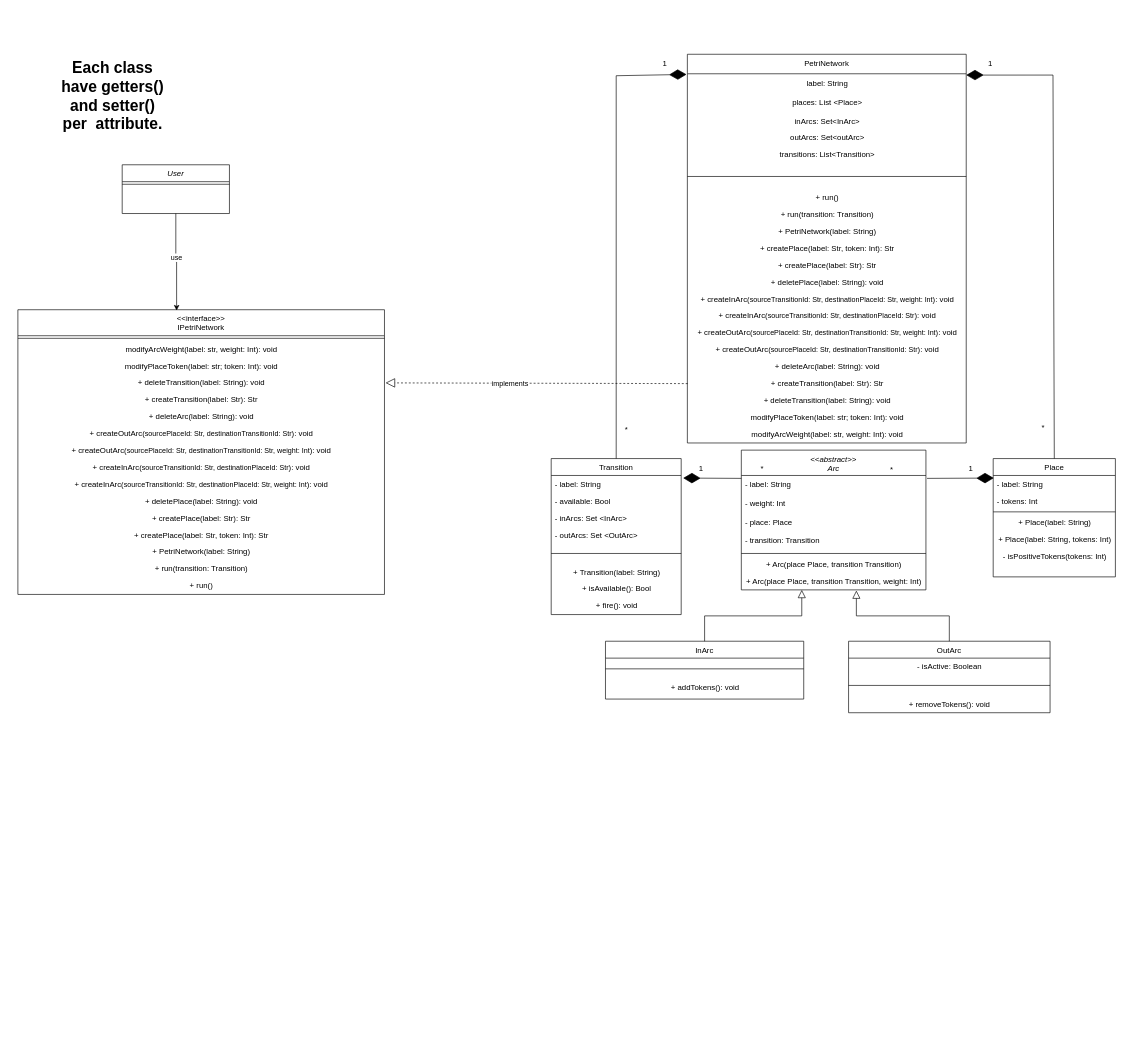
Above: page "Alternative diagram class" (2 of 3) of Docs/Modelling/PetriNetwork.drawio in MRJPEREZR/PetriNetwork (draw.io), before the change. Source tidied: cells renumbered, new cells numbered last; positions are measured from the earlier drawing's top-left corner, leaving out a move shared by most shapes. Both pictures are drawn from the tidied source at 65%, with x=0, y=0 at pixel (11, 54).
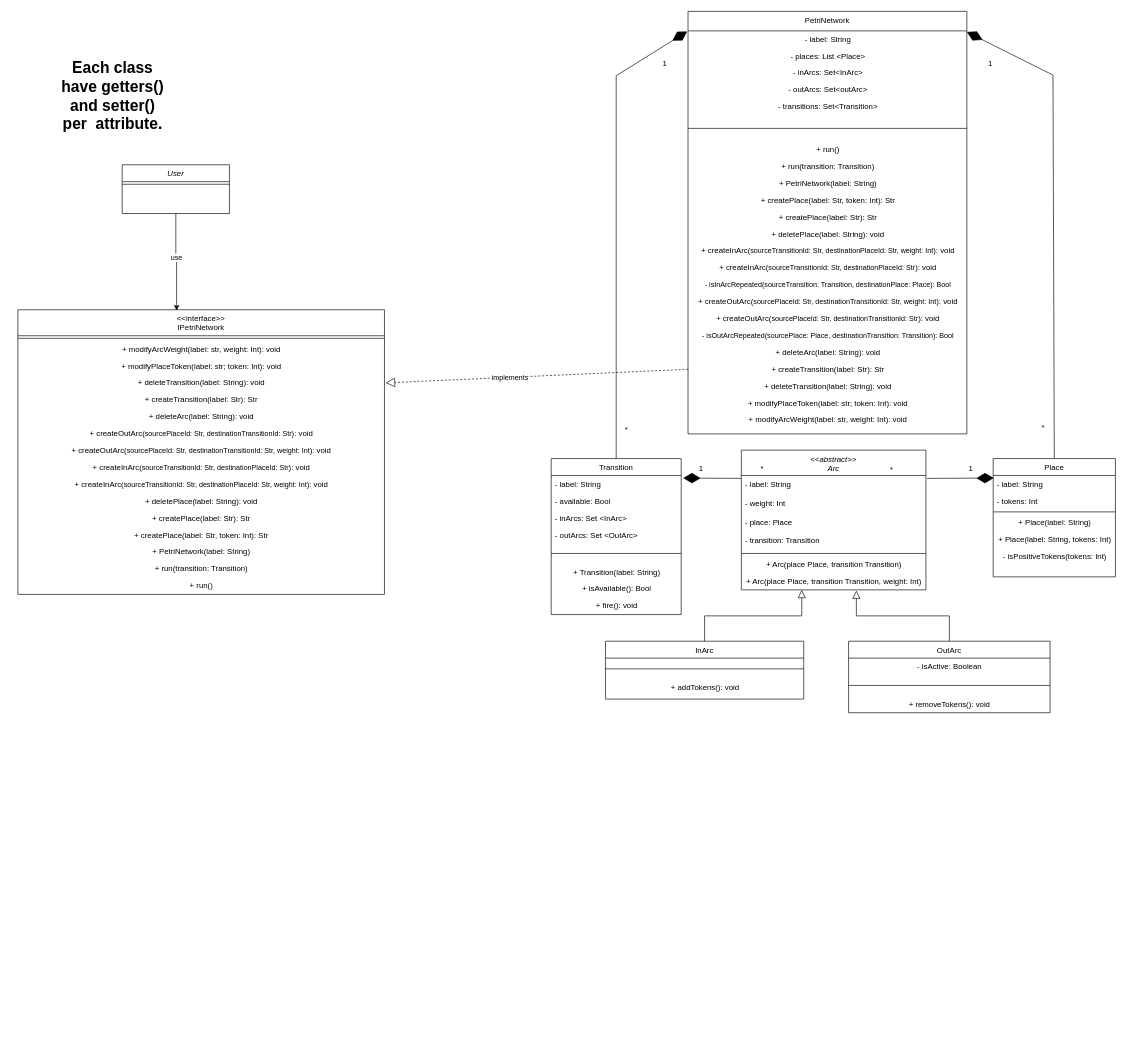
The same page after the edit.

Unchanged cells that the change refers to:
```xml
<mxCell id="2" style="group;" parent="1" vertex="1">
  <mxGeometry width="1698.5" height="1518" as="geometry" />
</mxCell>
<mxCell id="11" value="InArc" style="swimlane;fontStyle=0;align=center;verticalAlign=top;horizontal=1;startSize=26;rounded=0;shadow=0;strokeWidth=1;" parent="2" vertex="1">
  <mxGeometry x="914" y="903" width="305" height="89" as="geometry" />
</mxCell>
<mxCell id="19" value="Place" style="swimlane;fontStyle=0;align=center;verticalAlign=top;horizontal=1;startSize=26;rounded=0;shadow=0;strokeWidth=1;" parent="2" vertex="1">
  <mxGeometry x="1510.5" y="622" width="188" height="182" as="geometry" />
</mxCell>
<mxCell id="27" value="&lt;&lt;interface&gt;&gt;&#10;IPetriNetwork" style="swimlane;fontStyle=0;align=center;verticalAlign=top;horizontal=1;startSize=40;rounded=0;shadow=0;strokeWidth=1;" parent="2" vertex="1">
  <mxGeometry x="10" y="393" width="564" height="438" as="geometry" />
</mxCell>
<mxCell id="31" value="+ deleteTransition(label: String): void" style="text;html=1;align=center;verticalAlign=middle;points=[];strokeColor=none;fillColor=none;" parent="27" vertex="1">
  <mxGeometry y="100" width="564" height="26" as="geometry" />
</mxCell>
<mxCell id="44" value="Transition" style="swimlane;fontStyle=0;align=center;verticalAlign=top;horizontal=1;startSize=26;rounded=0;shadow=0;strokeWidth=1;" parent="2" vertex="1">
  <mxGeometry x="830.5" y="622" width="200" height="240" as="geometry" />
</mxCell>
```

Diff of the diagram source:
```diff
@@
-    <mxCell id="29" value="&lt;span style=&quot;background-color: rgb(255, 255, 255);&quot;&gt;&lt;font style=&quot;font-size: 12px;&quot;&gt;modifyArcWeight(label: str&lt;/font&gt;&lt;/span&gt;&lt;span style=&quot;background-color: rgb(255, 255, 255);&quot;&gt;,&amp;nbsp;&lt;/span&gt;&lt;span style=&quot;background-color: rgb(255, 255, 255);&quot;&gt;&lt;font style=&quot;font-size: 12px;&quot;&gt;weight: Int): void&lt;/font&gt;&lt;/span&gt;" style="text;html=1;align=center;verticalAlign=middle;strokeColor=none;fillColor=none;" parent="27" vertex="1">
+    <mxCell id="29" value="&lt;span style=&quot;background-color: rgb(255, 255, 255);&quot;&gt;&lt;font style=&quot;font-size: 12px;&quot;&gt;+ modifyArcWeight(label: str&lt;/font&gt;&lt;/span&gt;&lt;span style=&quot;background-color: rgb(255, 255, 255);&quot;&gt;,&amp;nbsp;&lt;/span&gt;&lt;span style=&quot;background-color: rgb(255, 255, 255);&quot;&gt;&lt;font style=&quot;font-size: 12px;&quot;&gt;weight: Int): void&lt;/font&gt;&lt;/span&gt;" style="text;html=1;align=center;verticalAlign=middle;strokeColor=none;fillColor=none;" parent="27" vertex="1">
       <mxGeometry y="48" width="564" height="26" as="geometry" />
     </mxCell>
-    <mxCell id="30" value="&lt;span style=&quot;background-color: rgb(255, 255, 255);&quot;&gt;&lt;font style=&quot;font-size: 12px;&quot;&gt;modifyPlaceToken(&lt;/font&gt;&lt;/span&gt;&lt;span style=&quot;background-color: rgb(255, 255, 255);&quot;&gt;&lt;font style=&quot;font-size: 12px;&quot;&gt;label: str; token: Int): void&lt;/font&gt;&lt;/span&gt;" style="text;html=1;align=center;verticalAlign=middle;strokeColor=none;fillColor=none;" parent="27" vertex="1">
+    <mxCell id="30" value="&lt;span style=&quot;background-color: rgb(255, 255, 255);&quot;&gt;&lt;font style=&quot;font-size: 12px;&quot;&gt;+ modifyPlaceToken(&lt;/font&gt;&lt;/span&gt;&lt;span style=&quot;background-color: rgb(255, 255, 255);&quot;&gt;&lt;font style=&quot;font-size: 12px;&quot;&gt;label: str; token: Int): void&lt;/font&gt;&lt;/span&gt;" style="text;html=1;align=center;verticalAlign=middle;strokeColor=none;fillColor=none;" parent="27" vertex="1">
       <mxGeometry y="74" width="564" height="26" as="geometry" />
     </mxCell>
@@
+    <mxCell id="81" value="1" style="text;html=1;align=center;verticalAlign=middle;strokeColor=none;fillColor=none;" parent="2" vertex="1">
+      <mxGeometry x="990" width="30" height="30" as="geometry" />
+    </mxCell>
+    <mxCell id="82" value="1" style="text;html=1;align=center;verticalAlign=middle;strokeColor=none;fillColor=none;" parent="2" vertex="1">
+      <mxGeometry x="1490.5" width="30" height="30" as="geometry" />
+    </mxCell>
+    <mxCell id="83" value="*" style="text;html=1;align=center;verticalAlign=middle;strokeColor=none;fillColor=none;" parent="2" vertex="1">
+      <mxGeometry x="930.5" y="562" width="30" height="30" as="geometry" />
+    </mxCell>
+    <mxCell id="84" value="*" style="text;html=1;align=center;verticalAlign=middle;strokeColor=none;fillColor=none;" parent="2" vertex="1">
+      <mxGeometry x="1338.5" y="624" width="30" height="30" as="geometry" />
+    </mxCell>
+    <mxCell id="85" value="*" style="text;html=1;align=center;verticalAlign=middle;strokeColor=none;fillColor=none;" parent="2" vertex="1">
+      <mxGeometry x="1571.5" y="560" width="30" height="30" as="geometry" />
+    </mxCell>
+    <mxCell id="86" value="&lt;h1 style=&quot;margin-top: 0px;&quot;&gt;Each class have getters() and setter() per&amp;nbsp; attribute.&lt;/h1&gt;&lt;div&gt;&lt;font size=&quot;3&quot;&gt;&amp;nbsp;&lt;/font&gt;&lt;/div&gt;" style="text;html=1;whiteSpace=wrap;overflow=hidden;rounded=0;align=center;" parent="2" vertex="1">
+      <mxGeometry x="70.5" width="170" height="130" as="geometry" />
+    </mxCell>
+    <mxCell id="87" style="endArrow=block;endSize=10;endFill=0;shadow=0;strokeWidth=1;rounded=0;curved=0;edgeStyle=elbowEdgeStyle;elbow=vertical;exitX=0.5;exitY=0;exitDx=0;exitDy=0;" parent="2" edge="1" source="11">
+      <mxGeometry relative="1" as="geometry">
+        <mxPoint x="1216" y="824" as="targetPoint" />
+      </mxGeometry>
+    </mxCell>
+    <mxCell id="88" value="User" style="swimlane;fontStyle=2;align=center;verticalAlign=top;horizontal=1;startSize=26;rounded=0;shadow=0;strokeWidth=1;" parent="2" vertex="1">
+      <mxGeometry x="170.5" y="170" width="165" height="75" as="geometry" />
+    </mxCell>
+    <mxCell id="89" style="line;html=1;strokeWidth=1;align=left;verticalAlign=middle;spacingTop=-1;spacingLeft=3;spacingRight=3;labelPosition=right;" parent="88" vertex="1">
+      <mxGeometry y="26" width="165" height="8" as="geometry" />
+    </mxCell>
+    <mxCell id="90" style="edgeStyle=orthogonalEdgeStyle;rounded=0;jettySize=auto;html=1;exitX=0.5;exitY=1;exitDx=0;exitDy=0;entryX=0.433;entryY=0.003;entryDx=0;entryDy=0;entryPerimeter=0;" parent="2" edge="1" source="88" target="27">
+      <mxGeometry relative="1" as="geometry" />
+    </mxCell>
+    <mxCell id="91" value="use" style="edgeLabel;html=1;align=center;verticalAlign=middle;" parent="90" vertex="1">
+      <mxGeometry x="-0.11" relative="1" as="geometry" />
+    </mxCell>
-    <mxCell id="57" value="PetriNetwork" style="swimlane;fontStyle=0;align=center;verticalAlign=top;horizontal=1;startSize=30;rounded=0;shadow=0;strokeWidth=1;" parent="2" vertex="1">
-      <mxGeometry x="1040" width="429" height="598" as="geometry" />
+    <mxCell id="57" value="PetriNetwork" style="swimlane;fontStyle=0;align=center;verticalAlign=top;horizontal=1;startSize=30;rounded=0;shadow=0;strokeWidth=1;" parent="1" vertex="1">
+      <mxGeometry x="1041" y="-66" width="429" height="650" as="geometry" />
     </mxCell>
-    <mxCell id="58" value="label: String" style="text;html=1;align=center;verticalAlign=middle;points=[];strokeColor=none;fillColor=none;" parent="57" vertex="1">
-      <mxGeometry y="30" width="429" height="30" as="geometry" />
+    <mxCell id="58" value="- label: String" style="text;html=1;align=center;verticalAlign=middle;points=[];strokeColor=none;fillColor=none;" parent="57" vertex="1">
+      <mxGeometry y="30" width="429" height="26" as="geometry" />
     </mxCell>
-    <mxCell id="59" value="places: List &amp;lt;Place&amp;gt;" style="text;html=1;align=center;verticalAlign=middle;strokeColor=none;fillColor=none;" parent="57" vertex="1">
-      <mxGeometry y="60" width="429" height="30" as="geometry" />
+    <mxCell id="59" value="- places: List &amp;lt;Place&amp;gt;" style="text;html=1;align=center;verticalAlign=middle;strokeColor=none;fillColor=none;" parent="57" vertex="1">
+      <mxGeometry y="56" width="429" height="26" as="geometry" />
     </mxCell>
-    <mxCell id="60" value="inArcs: Set&amp;lt;InArc&amp;gt;" style="text;html=1;align=center;verticalAlign=middle;strokeColor=none;fillColor=none;" parent="57" vertex="1">
-      <mxGeometry y="90" width="429" height="26" as="geometry" />
+    <mxCell id="60" value="- inArcs: Set&amp;lt;InArc&amp;gt;" style="text;html=1;align=center;verticalAlign=middle;strokeColor=none;fillColor=none;" parent="57" vertex="1">
+      <mxGeometry y="82" width="429" height="26" as="geometry" />
     </mxCell>
-    <mxCell id="61" value="outArcs: Set&amp;lt;outArc&amp;gt;" style="text;html=1;align=center;verticalAlign=middle;strokeColor=none;fillColor=none;" parent="57" vertex="1">
-      <mxGeometry y="116" width="429" height="26" as="geometry" />
+    <mxCell id="61" value="- outArcs: Set&amp;lt;outArc&amp;gt;" style="text;html=1;align=center;verticalAlign=middle;strokeColor=none;fillColor=none;" parent="57" vertex="1">
+      <mxGeometry y="108" width="429" height="26" as="geometry" />
     </mxCell>
-    <mxCell id="62" value="transitions: List&amp;lt;Transition&amp;gt;" style="text;html=1;align=center;verticalAlign=middle;strokeColor=none;fillColor=none;" parent="57" vertex="1">
-      <mxGeometry y="142" width="429" height="26" as="geometry" />
+    <mxCell id="62" value="- transitions: Set&amp;lt;Transition&amp;gt;" style="text;html=1;align=center;verticalAlign=middle;strokeColor=none;fillColor=none;" parent="57" vertex="1">
+      <mxGeometry y="134" width="429" height="26" as="geometry" />
     </mxCell>
     <mxCell id="63" style="line;html=1;strokeWidth=1;align=left;verticalAlign=middle;spacingTop=-1;spacingLeft=3;spacingRight=3;labelPosition=right;" parent="57" vertex="1">
-      <mxGeometry y="168" width="429" height="40" as="geometry" />
+      <mxGeometry y="160" width="429" height="40" as="geometry" />
     </mxCell>
     <mxCell id="64" value="+ run()" style="text;html=1;align=center;verticalAlign=middle;strokeColor=none;fillColor=none;" parent="57" vertex="1">
-      <mxGeometry y="208" width="429" height="26" as="geometry" />
+      <mxGeometry y="200" width="429" height="26" as="geometry" />
     </mxCell>
     <mxCell id="65" value="+ run(transition: Transition)" style="text;html=1;align=center;verticalAlign=middle;strokeColor=none;fillColor=none;" parent="57" vertex="1">
-      <mxGeometry y="234" width="429" height="26" as="geometry" />
+      <mxGeometry y="226" width="429" height="26" as="geometry" />
     </mxCell>
     <mxCell id="66" value="+ PetriNetwork(label: String)" style="text;html=1;align=center;verticalAlign=middle;strokeColor=none;fillColor=none;" parent="57" vertex="1">
-      <mxGeometry y="260" width="429" height="26" as="geometry" />
+      <mxGeometry y="252" width="429" height="26" as="geometry" />
     </mxCell>
     <mxCell id="67" value="+ createPlace(label: Str, token: Int): Str" style="text;html=1;align=center;verticalAlign=middle;strokeColor=none;fillColor=none;" parent="57" vertex="1">
-      <mxGeometry y="286" width="429" height="26" as="geometry" />
+      <mxGeometry y="278" width="429" height="26" as="geometry" />
     </mxCell>
     <mxCell id="68" value="+ createPlace(label: Str): Str" style="text;html=1;align=center;verticalAlign=middle;strokeColor=none;fillColor=none;" parent="57" vertex="1">
-      <mxGeometry y="312" width="429" height="26" as="geometry" />
+      <mxGeometry y="304" width="429" height="26" as="geometry" />
     </mxCell>
     <mxCell id="69" value="+ deletePlace(label: String): void" style="text;html=1;align=center;verticalAlign=middle;strokeColor=none;fillColor=none;" parent="57" vertex="1">
-      <mxGeometry y="338" width="429" height="26" as="geometry" />
+      <mxGeometry y="330" width="429" height="26" as="geometry" />
     </mxCell>
     <mxCell id="70" value="+ createInArc(&lt;span style=&quot;font-size: 11px; background-color: rgb(255, 255, 255);&quot;&gt;sourceTransitionId: Str, destinationPlaceId: Str, weight: Int&lt;/span&gt;): void" style="text;html=1;align=center;verticalAlign=middle;strokeColor=none;fillColor=none;" parent="57" vertex="1">
-      <mxGeometry y="364" width="429" height="26" as="geometry" />
+      <mxGeometry y="356" width="429" height="26" as="geometry" />
     </mxCell>
     <mxCell id="71" value="+ createInArc(&lt;span style=&quot;font-size: 11px; background-color: rgb(255, 255, 255);&quot;&gt;sourceTransitionId: Str, destinationPlaceId: Str&lt;/span&gt;): void" style="text;html=1;align=center;verticalAlign=middle;strokeColor=none;fillColor=none;" parent="57" vertex="1">
-      <mxGeometry y="390" width="429" height="26" as="geometry" />
+      <mxGeometry y="382" width="429" height="26" as="geometry" />
     </mxCell>
+    <mxCell id="94" value="&lt;span style=&quot;font-size: 11px;&quot;&gt;- isInArcRepeated(sourceTransition: Transition, destinationPlace: Place): Bool&lt;/span&gt;" style="text;html=1;align=center;verticalAlign=middle;strokeColor=none;fillColor=none;" parent="57" vertex="1">
+      <mxGeometry y="408" width="429" height="26" as="geometry" />
+    </mxCell>
     <mxCell id="72" value="+ createOutArc(&lt;span style=&quot;font-size: 11px; background-color: rgb(255, 255, 255);&quot;&gt;sourcePlaceId: Str, destinationTransitionId: Str, weight: Int&lt;/span&gt;): void" style="text;html=1;align=center;verticalAlign=middle;strokeColor=none;fillColor=none;" parent="57" vertex="1">
-      <mxGeometry y="416" width="429" height="26" as="geometry" />
+      <mxGeometry y="434" width="429" height="26" as="geometry" />
     </mxCell>
     <mxCell id="73" value="+ createOutArc(&lt;span style=&quot;font-size: 11px; background-color: rgb(255, 255, 255);&quot;&gt;sourcePlaceId: Str, destinationTransitionId: Str&lt;/span&gt;): void" style="text;html=1;align=center;verticalAlign=middle;strokeColor=none;fillColor=none;" parent="57" vertex="1">
-      <mxGeometry y="442" width="429" height="26" as="geometry" />
+      <mxGeometry y="460" width="429" height="26" as="geometry" />
     </mxCell>
+    <mxCell id="95" value="&lt;span style=&quot;font-size: 11px;&quot;&gt;- isOutArcRepeated(sourcePlace: Place, destinationTransition: Transition): Bool&lt;/span&gt;" style="text;html=1;align=center;verticalAlign=middle;strokeColor=none;fillColor=none;" parent="57" vertex="1">
+      <mxGeometry y="486" width="429" height="26" as="geometry" />
+    </mxCell>
     <mxCell id="74" value="+ deleteArc(label: String): void" style="text;html=1;align=center;verticalAlign=middle;strokeColor=none;fillColor=none;" parent="57" vertex="1">
-      <mxGeometry y="468" width="429" height="26" as="geometry" />
+      <mxGeometry y="512" width="429" height="26" as="geometry" />
     </mxCell>
     <mxCell id="75" value="+ createTransition(label: Str): Str" style="text;html=1;align=center;verticalAlign=middle;points=[];strokeColor=none;fillColor=none;" parent="57" vertex="1">
-      <mxGeometry y="494" width="429" height="26" as="geometry" />
+      <mxGeometry y="538" width="429" height="26" as="geometry" />
     </mxCell>
     <mxCell id="76" value="+ deleteTransition(label: String): void" style="text;html=1;align=center;verticalAlign=middle;strokeColor=none;fillColor=none;" parent="57" vertex="1">
-      <mxGeometry y="520" width="429" height="26" as="geometry" />
+      <mxGeometry y="564" width="429" height="26" as="geometry" />
     </mxCell>
-    <mxCell id="77" value="&lt;span style=&quot;background-color: rgb(255, 255, 255);&quot;&gt;&lt;font style=&quot;font-size: 12px;&quot;&gt;modifyPlaceToken(&lt;/font&gt;&lt;/span&gt;&lt;span style=&quot;background-color: rgb(255, 255, 255);&quot;&gt;&lt;font style=&quot;font-size: 12px;&quot;&gt;label: str; token: Int): void&lt;/font&gt;&lt;/span&gt;" style="text;html=1;align=center;verticalAlign=middle;strokeColor=none;fillColor=none;" parent="57" vertex="1">
-      <mxGeometry y="546" width="429" height="26" as="geometry" />
+    <mxCell id="77" value="&lt;span style=&quot;background-color: rgb(255, 255, 255);&quot;&gt;&lt;font style=&quot;font-size: 12px;&quot;&gt;+ modifyPlaceToken(&lt;/font&gt;&lt;/span&gt;&lt;span style=&quot;background-color: rgb(255, 255, 255);&quot;&gt;&lt;font style=&quot;font-size: 12px;&quot;&gt;label: str; token: Int): void&lt;/font&gt;&lt;/span&gt;" style="text;html=1;align=center;verticalAlign=middle;strokeColor=none;fillColor=none;" parent="57" vertex="1">
+      <mxGeometry y="590" width="429" height="26" as="geometry" />
     </mxCell>
-    <mxCell id="78" value="&lt;span style=&quot;background-color: rgb(255, 255, 255);&quot;&gt;&lt;font style=&quot;font-size: 12px;&quot;&gt;modifyArcWeight(label: str&lt;/font&gt;&lt;/span&gt;&lt;span style=&quot;background-color: rgb(255, 255, 255);&quot;&gt;,&amp;nbsp;&lt;/span&gt;&lt;span style=&quot;background-color: rgb(255, 255, 255);&quot;&gt;&lt;font style=&quot;font-size: 12px;&quot;&gt;weight: Int): void&lt;/font&gt;&lt;/span&gt;" style="text;html=1;align=center;verticalAlign=middle;strokeColor=none;fillColor=none;" parent="57" vertex="1">
-      <mxGeometry y="572" width="429" height="26" as="geometry" />
+    <mxCell id="78" value="&lt;span style=&quot;background-color: rgb(255, 255, 255);&quot;&gt;&lt;font style=&quot;font-size: 12px;&quot;&gt;+ modifyArcWeight(label: str&lt;/font&gt;&lt;/span&gt;&lt;span style=&quot;background-color: rgb(255, 255, 255);&quot;&gt;,&amp;nbsp;&lt;/span&gt;&lt;span style=&quot;background-color: rgb(255, 255, 255);&quot;&gt;&lt;font style=&quot;font-size: 12px;&quot;&gt;weight: Int): void&lt;/font&gt;&lt;/span&gt;" style="text;html=1;align=center;verticalAlign=middle;strokeColor=none;fillColor=none;" parent="57" vertex="1">
+      <mxGeometry y="616" width="429" height="26" as="geometry" />
     </mxCell>
+    <mxCell id="80" style="endArrow=diamondThin;endFill=1;endSize=24;html=1;rounded=0;entryX=1;entryY=0.067;entryDx=0;entryDy=0;entryPerimeter=0;exitX=0.5;exitY=0;exitDx=0;exitDy=0;" parent="1" edge="1" source="19" target="58">
+      <mxGeometry relative="1" as="geometry">
+        <Array as="points">
+          <mxPoint x="1602.5" y="32" />
+        </Array>
+      </mxGeometry>
+    </mxCell>
-    <mxCell id="79" style="endArrow=diamondThin;endFill=1;endSize=24;html=1;rounded=0;entryX=-0.003;entryY=0.033;entryDx=0;entryDy=0;entryPerimeter=0;exitX=0.5;exitY=0;exitDx=0;exitDy=0;" parent="2" edge="1" source="44" target="58">
+    <mxCell id="79" style="endArrow=diamondThin;endFill=1;endSize=24;html=1;rounded=0;entryX=-0.003;entryY=0.033;entryDx=0;entryDy=0;entryPerimeter=0;exitX=0.5;exitY=0;exitDx=0;exitDy=0;" parent="1" edge="1" source="44" target="58">
       <mxGeometry relative="1" as="geometry">
         <Array as="points">
           <mxPoint x="930.5" y="33" />
         </Array>
       </mxGeometry>
     </mxCell>
-    <mxCell id="80" style="endArrow=diamondThin;endFill=1;endSize=24;html=1;rounded=0;entryX=1;entryY=0.067;entryDx=0;entryDy=0;entryPerimeter=0;exitX=0.5;exitY=0;exitDx=0;exitDy=0;" parent="2" edge="1" source="19" target="58">
-      <mxGeometry relative="1" as="geometry">
-        <Array as="points">
-          <mxPoint x="1602.5" y="32" />
-        </Array>
-      </mxGeometry>
-    </mxCell>
-    <mxCell id="81" value="1" style="text;html=1;align=center;verticalAlign=middle;strokeColor=none;fillColor=none;" parent="2" vertex="1">
-      <mxGeometry x="990" width="30" height="30" as="geometry" />
-    </mxCell>
-    <mxCell id="82" value="1" style="text;html=1;align=center;verticalAlign=middle;strokeColor=none;fillColor=none;" parent="2" vertex="1">
-      <mxGeometry x="1490.5" width="30" height="30" as="geometry" />
-    </mxCell>
-    <mxCell id="83" value="*" style="text;html=1;align=center;verticalAlign=middle;strokeColor=none;fillColor=none;" parent="2" vertex="1">
-      <mxGeometry x="930.5" y="562" width="30" height="30" as="geometry" />
-    </mxCell>
-    <mxCell id="84" value="*" style="text;html=1;align=center;verticalAlign=middle;strokeColor=none;fillColor=none;" parent="2" vertex="1">
-      <mxGeometry x="1338.5" y="624" width="30" height="30" as="geometry" />
-    </mxCell>
-    <mxCell id="85" value="*" style="text;html=1;align=center;verticalAlign=middle;strokeColor=none;fillColor=none;" parent="2" vertex="1">
-      <mxGeometry x="1571.5" y="560" width="30" height="30" as="geometry" />
-    </mxCell>
-    <mxCell id="86" value="&lt;h1 style=&quot;margin-top: 0px;&quot;&gt;Each class have getters() and setter() per&amp;nbsp; attribute.&lt;/h1&gt;&lt;div&gt;&lt;font size=&quot;3&quot;&gt;&amp;nbsp;&lt;/font&gt;&lt;/div&gt;" style="text;html=1;whiteSpace=wrap;overflow=hidden;rounded=0;align=center;" parent="2" vertex="1">
-      <mxGeometry x="70.5" width="170" height="130" as="geometry" />
-    </mxCell>
-    <mxCell id="87" style="endArrow=block;endSize=10;endFill=0;shadow=0;strokeWidth=1;rounded=0;curved=0;edgeStyle=elbowEdgeStyle;elbow=vertical;exitX=0.5;exitY=0;exitDx=0;exitDy=0;" parent="2" edge="1" source="11">
-      <mxGeometry relative="1" as="geometry">
-        <mxPoint x="1216" y="824" as="targetPoint" />
-      </mxGeometry>
-    </mxCell>
-    <mxCell id="88" value="User" style="swimlane;fontStyle=2;align=center;verticalAlign=top;horizontal=1;startSize=26;rounded=0;shadow=0;strokeWidth=1;" parent="2" vertex="1">
-      <mxGeometry x="170.5" y="170" width="165" height="75" as="geometry" />
-    </mxCell>
-    <mxCell id="89" style="line;html=1;strokeWidth=1;align=left;verticalAlign=middle;spacingTop=-1;spacingLeft=3;spacingRight=3;labelPosition=right;" parent="88" vertex="1">
-      <mxGeometry y="26" width="165" height="8" as="geometry" />
-    </mxCell>
-    <mxCell id="90" style="edgeStyle=orthogonalEdgeStyle;rounded=0;jettySize=auto;html=1;exitX=0.5;exitY=1;exitDx=0;exitDy=0;entryX=0.433;entryY=0.003;entryDx=0;entryDy=0;entryPerimeter=0;" parent="2" edge="1" source="88" target="27">
-      <mxGeometry relative="1" as="geometry" />
-    </mxCell>
-    <mxCell id="91" value="use" style="edgeLabel;html=1;align=center;verticalAlign=middle;" parent="90" vertex="1">
-      <mxGeometry x="-0.11" relative="1" as="geometry" />
-    </mxCell>
-    <mxCell id="92" style="endArrow=block;dashed=1;endFill=0;endSize=12;html=1;rounded=0;exitX=0.001;exitY=0.487;exitDx=0;exitDy=0;entryX=1.003;entryY=0.483;entryDx=0;entryDy=0;exitPerimeter=0;entryPerimeter=0;" parent="2" edge="1" source="75" target="31">
+    <mxCell id="92" style="endArrow=block;dashed=1;endFill=0;endSize=12;html=1;rounded=0;exitX=0.001;exitY=0.487;exitDx=0;exitDy=0;entryX=1.003;entryY=0.483;entryDx=0;entryDy=0;exitPerimeter=0;entryPerimeter=0;" parent="1" edge="1" source="75" target="31">
       <mxGeometry relative="1" as="geometry" />
     </mxCell>
```
